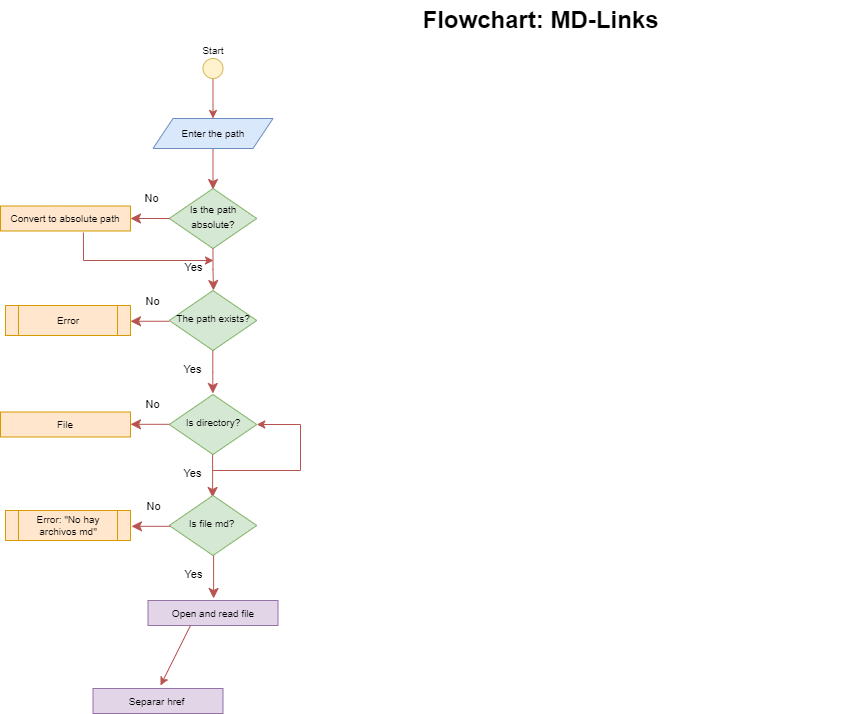
The draw.io diagram Diagrama_flujo_md-Links.drawio.png in arelia10/LIM017-md-links, before a commit. Source tidied: cells renumbered, new cells last; positions are measured from the earlier drawing's top-left corner, leaving out a move shared by most shapes.
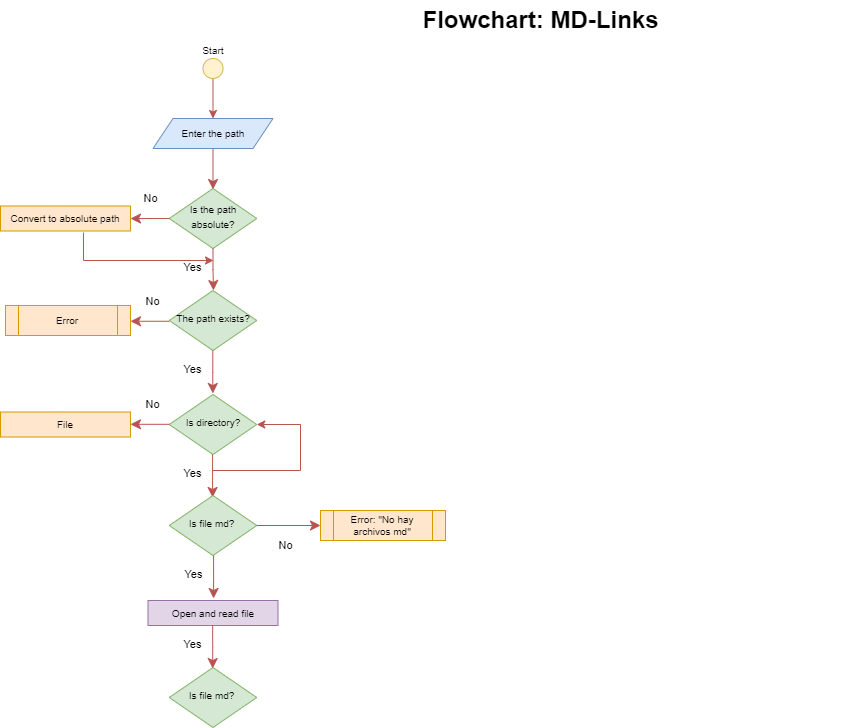
Above is the later version.

Diff of the diagram source:
```diff
@@ -103,14 +103,11 @@
         </Array>
       </mxGeometry>
     </mxCell>
-    <mxCell id="23" value="No" style="edgeStyle=orthogonalEdgeStyle;rounded=0;html=1;jettySize=auto;orthogonalLoop=1;fontSize=11;endArrow=classic;endFill=1;endSize=8;strokeWidth=1;shadow=0;labelBackgroundColor=none;fillColor=#f8cecc;strokeColor=#b85450;" parent="1" edge="1">
-      <mxGeometry x="-0.11" y="-20" relative="1" as="geometry">
-        <mxPoint x="169.7" y="525.8" as="sourcePoint" />
-        <mxPoint x="131" y="525.8" as="targetPoint" />
-      </mxGeometry>
+    <mxCell id="23" value="No" style="edgeStyle=orthogonalEdgeStyle;rounded=0;html=1;jettySize=auto;fontSize=11;endArrow=classic;endFill=1;endSize=8;strokeWidth=1;shadow=0;labelBackgroundColor=none;fillColor=#f8cecc;strokeColor=#b85450;entryX=0;entryY=0.5;entryDx=0;entryDy=0;exitX=1;exitY=0.5;exitDx=0;exitDy=0;" parent="1" edge="1" source="20" target="24">
+      <mxGeometry x="-0.11" y="-20" relative="1" as="geometry" />
     </mxCell>
     <mxCell id="24" value="Error: &quot;No hay archivos md&quot;" style="shape=process;whiteSpace=wrap;html=1;backgroundOutline=1;fontSize=10;fillColor=#ffe6cc;strokeColor=#d79b00;" parent="1" vertex="1">
-      <mxGeometry x="5" y="510" width="125" height="30" as="geometry" />
+      <mxGeometry x="320" y="510" width="125" height="30" as="geometry" />
     </mxCell>
     <mxCell id="25" value="Yes" style="edgeStyle=orthogonalEdgeStyle;rounded=0;html=1;jettySize=auto;orthogonalLoop=1;fontSize=11;endArrow=classic;endFill=1;endSize=8;strokeWidth=1;shadow=0;labelBackgroundColor=none;fillColor=#f8cecc;strokeColor=#b85450;" parent="1" edge="1">
       <mxGeometry x="-0.11" y="-20" relative="1" as="geometry">
@@ -125,14 +122,18 @@
     <mxCell id="26" value="&lt;font style=&quot;font-size: 10px;&quot;&gt;Open and read file&lt;/font&gt;" style="rounded=0;whiteSpace=wrap;html=1;fillColor=#e1d5e7;strokeColor=#9673a6;" parent="1" vertex="1">
       <mxGeometry x="147.5" y="600" width="130" height="25" as="geometry" />
     </mxCell>
-    <mxCell id="27" style="endArrow=classic;html=1;rounded=0;fillColor=#f8cecc;strokeColor=#b85450;" parent="1" edge="1">
-      <mxGeometry relative="1" as="geometry">
-        <mxPoint x="190" y="625" as="sourcePoint" />
-        <mxPoint x="160" y="685" as="targetPoint" />
-      </mxGeometry>
-    </mxCell>
-    <mxCell id="28" value="&lt;font style=&quot;font-size: 10px;&quot;&gt;Separar href&amp;nbsp;&lt;/font&gt;" style="rounded=0;whiteSpace=wrap;html=1;fillColor=#e1d5e7;strokeColor=#9673a6;" parent="1" vertex="1">
-      <mxGeometry x="92.5" y="688" width="130" height="25" as="geometry" />
-    </mxCell>
+    <mxCell id="29" value="&lt;font style=&quot;font-size: 10px;&quot;&gt;Is file md?&amp;nbsp;&lt;/font&gt;" style="rhombus;whiteSpace=wrap;html=1;shadow=0;fontFamily=Helvetica;fontSize=12;align=center;strokeWidth=1;spacing=6;spacingTop=-4;fillColor=#d5e8d4;strokeColor=#82b366;" parent="1" vertex="1">
+      <mxGeometry x="168.8" y="667" width="87.5" height="60" as="geometry" />
+    </mxCell>
+    <mxCell id="30" value="Yes" style="edgeStyle=orthogonalEdgeStyle;rounded=0;html=1;jettySize=auto;orthogonalLoop=1;fontSize=11;endArrow=classic;endFill=1;endSize=8;strokeWidth=1;shadow=0;labelBackgroundColor=none;fillColor=#f8cecc;strokeColor=#b85450;" parent="1" edge="1">
+      <mxGeometry x="-0.11" y="-20" relative="1" as="geometry">
+        <mxPoint x="212.2" y="625" as="sourcePoint" />
+        <mxPoint x="212.2" y="668" as="targetPoint" />
+        <Array as="points">
+          <mxPoint x="212.2" y="647" />
+          <mxPoint x="212.2" y="647" />
+        </Array>
+      </mxGeometry>
+    </mxCell>
   </root>
 </mxGraphModel>
```
